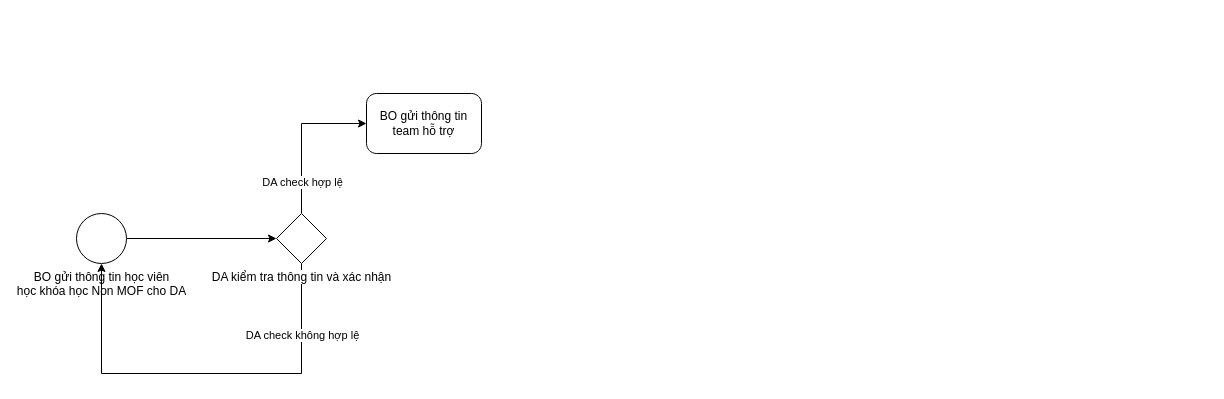
This is Untitled Diagram.drawio from thanhluandhsp/litmos, a draw.io file, before an edit. Source tidied: cells renumbered, new cells numbered last; positions are measured from the earlier drawing's top-left corner, leaving out a move shared by most shapes. Both pictures are drawn from the tidied source at 100%, with x=0, y=0 at pixel (76, 93).
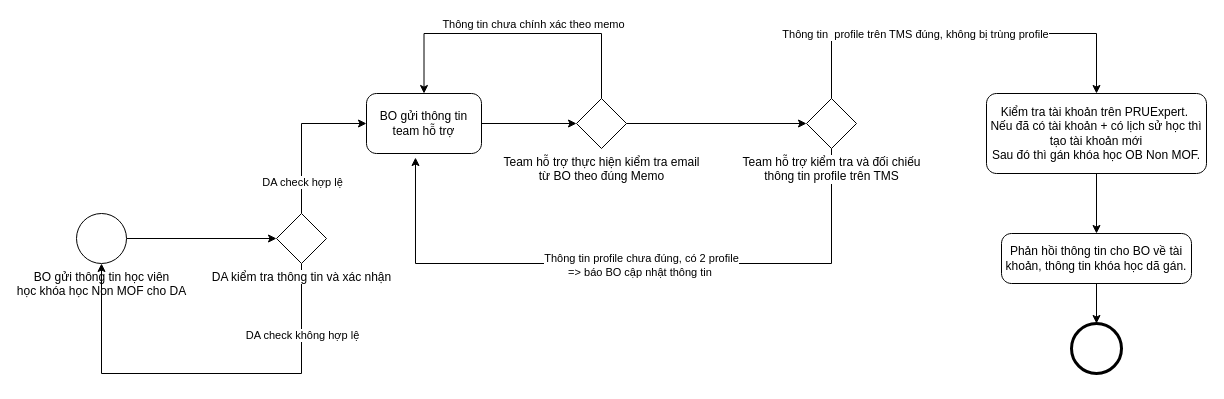
The same diagram, later.

Commit message:
Rein/NonMOF flow.drawio

The change refers to these unchanged cells:
```xml
<mxCell id="9" value="BO gửi thông tin team hỗ trợ" style="points=[[0.25,0,0],[0.5,0,0],[0.75,0,0],[1,0.25,0],[1,0.5,0],[1,0.75,0],[0.75,1,0],[0.5,1,0],[0.25,1,0],[0,0.75,0],[0,0.5,0],[0,0.25,0]];shape=mxgraph.bpmn.task;whiteSpace=wrap;rectStyle=rounded;size=10;html=1;taskMarker=abstract;" parent="1" vertex="1">
  <mxGeometry x="290" width="115" height="60" as="geometry" />
</mxCell>
```

Change to the diagram source:
```diff
@@
+    <mxCell id="10" style="edgeStyle=orthogonalEdgeStyle;rounded=0;jettySize=auto;html=1;" parent="1" edge="1" source="9" target="16">
+      <mxGeometry relative="1" as="geometry" />
+    </mxCell>
@@
+    <mxCell id="11" style="edgeStyle=orthogonalEdgeStyle;rounded=0;jettySize=auto;html=1;entryX=0.5;entryY=0;entryDx=0;entryDy=0;entryPerimeter=0;" parent="1" edge="1" source="12" target="23">
+      <mxGeometry relative="1" as="geometry" />
+    </mxCell>
+    <mxCell id="12" value="Kiểm tra tài khoản trên PRUExpert.&amp;nbsp;&lt;br&gt;Nếu đã có tài khoản + có lịch sử học thì tạo tài khoản mới&lt;br&gt;Sau đó thì gán khóa học OB Non MOF." style="points=[[0.25,0,0],[0.5,0,0],[0.75,0,0],[1,0.25,0],[1,0.5,0],[1,0.75,0],[0.75,1,0],[0.5,1,0],[0.25,1,0],[0,0.75,0],[0,0.5,0],[0,0.25,0]];shape=mxgraph.bpmn.task;whiteSpace=wrap;rectStyle=rounded;size=10;html=1;taskMarker=abstract;" parent="1" vertex="1">
+      <mxGeometry x="910" width="220" height="80" as="geometry" />
+    </mxCell>
+    <mxCell id="13" style="edgeStyle=orthogonalEdgeStyle;rounded=0;jettySize=auto;html=1;entryX=0.5;entryY=0;entryDx=0;entryDy=0;entryPerimeter=0;" parent="1" edge="1" source="16" target="9">
+      <mxGeometry relative="1" as="geometry">
+        <Array as="points">
+          <mxPoint x="525" y="-60" />
+          <mxPoint x="348" y="-60" />
+        </Array>
+      </mxGeometry>
+    </mxCell>
+    <mxCell id="14" value="Thông tin chưa chính xác theo memo&lt;br&gt;" style="edgeLabel;html=1;align=center;verticalAlign=middle;" parent="13" vertex="1">
+      <mxGeometry x="-0.15" y="2" relative="1" as="geometry">
+        <mxPoint x="-5" y="-12" as="offset" />
+      </mxGeometry>
+    </mxCell>
+    <mxCell id="15" style="edgeStyle=orthogonalEdgeStyle;rounded=0;jettySize=auto;html=1;entryX=0;entryY=0.5;entryDx=0;entryDy=0;entryPerimeter=0;" parent="1" edge="1" source="16" target="21">
+      <mxGeometry relative="1" as="geometry" />
+    </mxCell>
+    <mxCell id="16" value="Team hỗ trợ thực hiện kiểm tra email &lt;br&gt;từ BO theo đúng Memo" style="points=[[0.25,0.25,0],[0.5,0,0],[0.75,0.25,0],[1,0.5,0],[0.75,0.75,0],[0.5,1,0],[0.25,0.75,0],[0,0.5,0]];shape=mxgraph.bpmn.gateway2;html=1;verticalLabelPosition=bottom;labelBackgroundColor=#ffffff;verticalAlign=top;align=center;perimeter=rhombusPerimeter;outlineConnect=0;outline=none;symbol=none;" parent="1" vertex="1">
+      <mxGeometry x="500" y="5" width="50" height="50" as="geometry" />
+    </mxCell>
+    <mxCell id="17" style="edgeStyle=orthogonalEdgeStyle;rounded=0;jettySize=auto;html=1;entryX=0.426;entryY=1.067;entryDx=0;entryDy=0;entryPerimeter=0;" parent="1" edge="1" source="21" target="9">
+      <mxGeometry relative="1" as="geometry">
+        <Array as="points">
+          <mxPoint x="755" y="170" />
+          <mxPoint x="339" y="170" />
+        </Array>
+      </mxGeometry>
+    </mxCell>
+    <mxCell id="18" value="Thông tin profile chưa đúng, có 2 profile&lt;br&gt;=&amp;gt; báo BO cập nhật thông tin&amp;nbsp;" style="edgeLabel;html=1;align=center;verticalAlign=middle;" parent="17" vertex="1">
+      <mxGeometry x="-0.04" y="1" relative="1" as="geometry" />
+    </mxCell>
+    <mxCell id="19" style="edgeStyle=orthogonalEdgeStyle;rounded=0;jettySize=auto;html=1;entryX=0.5;entryY=0;entryDx=0;entryDy=0;entryPerimeter=0;" parent="1" edge="1" source="21" target="12">
+      <mxGeometry relative="1" as="geometry">
+        <Array as="points">
+          <mxPoint x="755" y="-60" />
+          <mxPoint x="1020" y="-60" />
+        </Array>
+      </mxGeometry>
+    </mxCell>
+    <mxCell id="20" value="Thông tin&amp;nbsp; profile trên TMS đúng, không bị trùng profile" style="edgeLabel;html=1;align=center;verticalAlign=middle;" parent="19" vertex="1">
+      <mxGeometry x="-0.24" relative="1" as="geometry" />
+    </mxCell>
+    <mxCell id="21" value="Team hỗ trợ kiểm tra và đối chiếu &lt;br&gt;thông tin profile trên TMS" style="points=[[0.25,0.25,0],[0.5,0,0],[0.75,0.25,0],[1,0.5,0],[0.75,0.75,0],[0.5,1,0],[0.25,0.75,0],[0,0.5,0]];shape=mxgraph.bpmn.gateway2;html=1;verticalLabelPosition=bottom;labelBackgroundColor=#ffffff;verticalAlign=top;align=center;perimeter=rhombusPerimeter;outlineConnect=0;outline=none;symbol=none;" parent="1" vertex="1">
+      <mxGeometry x="730" y="5" width="50" height="50" as="geometry" />
+    </mxCell>
+    <mxCell id="22" style="edgeStyle=orthogonalEdgeStyle;rounded=0;jettySize=auto;html=1;entryX=0.5;entryY=0;entryDx=0;entryDy=0;entryPerimeter=0;" parent="1" edge="1" source="23" target="24">
+      <mxGeometry relative="1" as="geometry" />
+    </mxCell>
+    <mxCell id="23" value="Phản hồi thông tin cho BO về tài khoản, thông tin khóa học dã gán." style="points=[[0.25,0,0],[0.5,0,0],[0.75,0,0],[1,0.25,0],[1,0.5,0],[1,0.75,0],[0.75,1,0],[0.5,1,0],[0.25,1,0],[0,0.75,0],[0,0.5,0],[0,0.25,0]];shape=mxgraph.bpmn.task;whiteSpace=wrap;rectStyle=rounded;size=10;html=1;taskMarker=abstract;" parent="1" vertex="1">
+      <mxGeometry x="925" y="140" width="190" height="50" as="geometry" />
+    </mxCell>
+    <mxCell id="24" style="points=[[0.145,0.145,0],[0.5,0,0],[0.855,0.145,0],[1,0.5,0],[0.855,0.855,0],[0.5,1,0],[0.145,0.855,0],[0,0.5,0]];shape=mxgraph.bpmn.event;html=1;verticalLabelPosition=bottom;labelBackgroundColor=#ffffff;verticalAlign=top;align=center;perimeter=ellipsePerimeter;outlineConnect=0;outline=end;symbol=terminate2;" parent="1" vertex="1">
+      <mxGeometry x="995" y="230" width="50" height="50" as="geometry" />
+    </mxCell>
```
